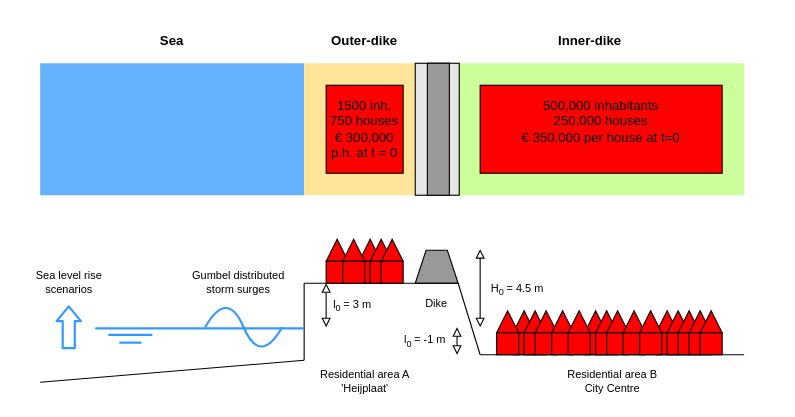
The draw.io diagram Drawings/Rotty.dio in keesvanginkel/Urban-SETP, before the edit. Source tidied: cells renumbered, new cells numbered last; positions are measured from the earlier drawing's top-left corner, leaving out a move shared by most shapes. Both pictures are drawn from the tidied source at 110%, with x=0, y=0 at pixel (19, 19).
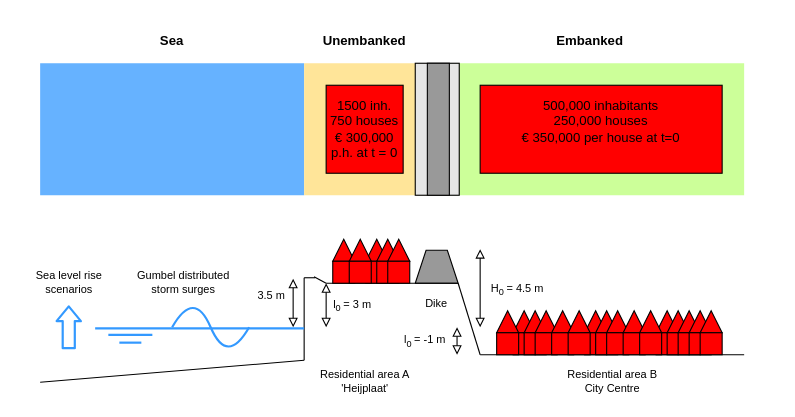
After the change.

The change refers to these unchanged cells:
```xml
<mxCell id="22" style="group;" parent="1" vertex="1">
  <mxGeometry x="279" y="180" width="50" height="70" as="geometry" />
</mxCell>
```

Diff of the diagram source:
```diff
@@
-    <mxCell id="15" value="Outer-dike" style="text;html=1;strokeColor=none;fillColor=none;align=center;verticalAlign=middle;whiteSpace=wrap;rounded=0;fontFamily=Helvetica;fontStyle=1;" parent="1" vertex="1">
+    <mxCell id="15" value="Unembanked" style="text;html=1;strokeColor=none;fillColor=none;align=center;verticalAlign=middle;whiteSpace=wrap;rounded=0;fontFamily=Helvetica;fontStyle=1;" parent="1" vertex="1">
       <mxGeometry x="274" y="10" width="80" height="20" as="geometry" />
     </mxCell>
-    <mxCell id="16" value="Inner-dike" style="text;html=1;strokeColor=none;fillColor=none;align=center;verticalAlign=middle;whiteSpace=wrap;rounded=0;fontFamily=Helvetica;fontStyle=1;" parent="1" vertex="1">
+    <mxCell id="16" value="Embanked" style="text;html=1;strokeColor=none;fillColor=none;align=center;verticalAlign=middle;whiteSpace=wrap;rounded=0;fontFamily=Helvetica;fontStyle=1;" parent="1" vertex="1">
       <mxGeometry x="479" y="10" width="80" height="20" as="geometry" />
     </mxCell>
@@
     <mxCell id="18" style="endArrow=none;html=1;fontFamily=Helvetica;" parent="1" edge="1">
       <mxGeometry relative="1" as="geometry">
-        <mxPoint x="259" y="240" as="sourcePoint" />
+        <mxPoint x="259" y="235" as="sourcePoint" />
         <mxPoint x="259" y="310" as="targetPoint" />
       </mxGeometry>
     </mxCell>
     <mxCell id="19" style="endArrow=none;html=1;fontFamily=Helvetica;" parent="1" edge="1">
       <mxGeometry relative="1" as="geometry">
-        <mxPoint x="259" y="240" as="sourcePoint" />
+        <mxPoint x="279" y="240" as="sourcePoint" />
         <mxPoint x="359" y="240" as="targetPoint" />
       </mxGeometry>
     </mxCell>
@@
     <mxCell id="23" style="group;" parent="22" vertex="1">
-      <mxGeometry y="20" width="20" height="40" as="geometry" />
+      <mxGeometry x="6" y="20" width="20" height="40" as="geometry" />
     </mxCell>
@@
     <mxCell id="26" style="group;" parent="22" vertex="1">
-      <mxGeometry x="30" y="20" width="20" height="40" as="geometry" />
+      <mxGeometry x="36" y="20" width="20" height="40" as="geometry" />
     </mxCell>
@@
     <mxCell id="29" style="group;" parent="1" vertex="1">
-      <mxGeometry x="294" y="200" width="20" height="40" as="geometry" />
+      <mxGeometry x="300" y="200" width="20" height="40" as="geometry" />
     </mxCell>
@@
     <mxCell id="32" style="group;" parent="1" vertex="1">
-      <mxGeometry x="319" y="200" width="30" height="40" as="geometry" />
+      <mxGeometry x="325" y="200" width="30" height="40" as="geometry" />
     </mxCell>
@@
     <mxCell id="87" style="curved=1;endArrow=none;html=1;strokeColor=#3399FF;endFill=0;strokeWidth=2;" parent="1" edge="1">
       <mxGeometry relative="1" as="geometry">
-        <mxPoint x="239" y="280" as="sourcePoint" />
-        <mxPoint x="169" y="280" as="targetPoint" />
+        <mxPoint x="209" y="280" as="sourcePoint" />
+        <mxPoint x="139" y="280" as="targetPoint" />
         <Array as="points">
-          <mxPoint x="219" y="315" />
-          <mxPoint x="189" y="245" />
+          <mxPoint x="189" y="315" />
+          <mxPoint x="159" y="245" />
         </Array>
       </mxGeometry>
     </mxCell>
@@
     <mxCell id="92" value="Gumbel distributed&lt;div&gt;storm surges&lt;/div&gt;" style="text;html=1;align=center;verticalAlign=top;spacingTop=-4;fontSize=10;" parent="1" vertex="1">
-      <mxGeometry x="149" y="225" width="100" height="30" as="geometry" />
+      <mxGeometry x="99" y="225" width="100" height="30" as="geometry" />
     </mxCell>
@@
+    <mxCell id="103" style="endArrow=block;startArrow=block;html=1;startFill=0;endFill=0;" parent="1" edge="1">
+      <mxGeometry relative="1" as="geometry">
+        <mxPoint x="249" y="280" as="sourcePoint" />
+        <mxPoint x="249" y="236" as="targetPoint" />
+      </mxGeometry>
+    </mxCell>
+    <mxCell id="104" value="3.5 m" style="text;html=1;align=center;verticalAlign=bottom;spacingTop=-4;fontSize=10;" parent="1" vertex="1">
+      <mxGeometry x="209" y="250" width="40" height="10" as="geometry" />
+    </mxCell>
+    <mxCell id="105" style="endArrow=none;html=1;" parent="1" edge="1">
+      <mxGeometry relative="1" as="geometry">
+        <mxPoint x="268" y="234" as="sourcePoint" />
+        <mxPoint x="279" y="240" as="targetPoint" />
+      </mxGeometry>
+    </mxCell>
+    <mxCell id="106" style="endArrow=none;html=1;" parent="1" edge="1">
+      <mxGeometry relative="1" as="geometry">
+        <mxPoint x="269" y="235" as="sourcePoint" />
+        <mxPoint x="259" y="235" as="targetPoint" />
+      </mxGeometry>
+    </mxCell>
```
